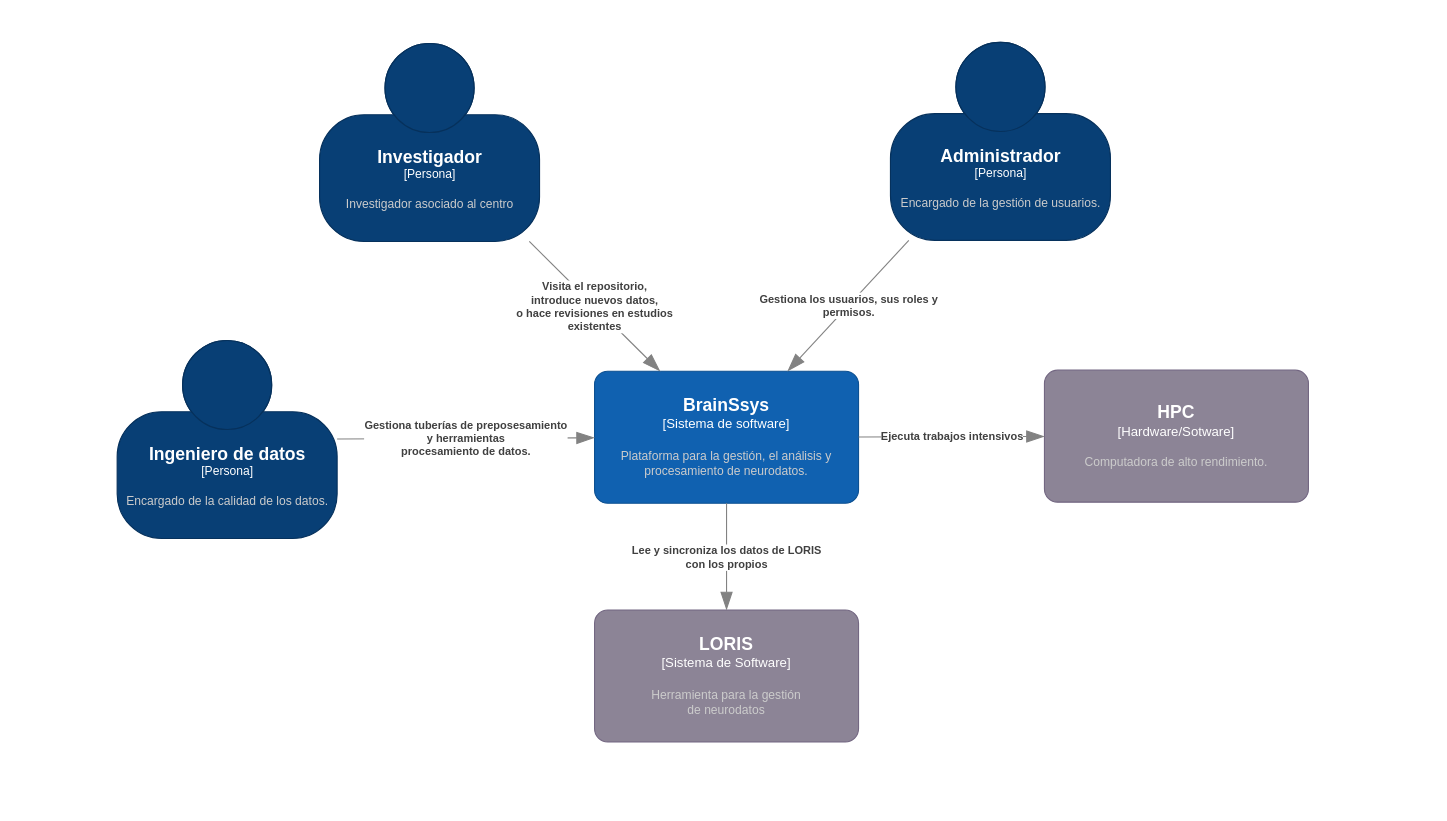
Above: page "Diagrama de contexto del sistema" (7 of 11) of C4 model.drawio in gaspect/brainsys (draw.io), before the change. Source tidied: cells renumbered, new cells numbered last; positions are measured from the earlier drawing's top-left corner, leaving out a move shared by most shapes. Both pictures are drawn from the tidied source at 110%, with x=0, y=0 at pixel (117, 42).
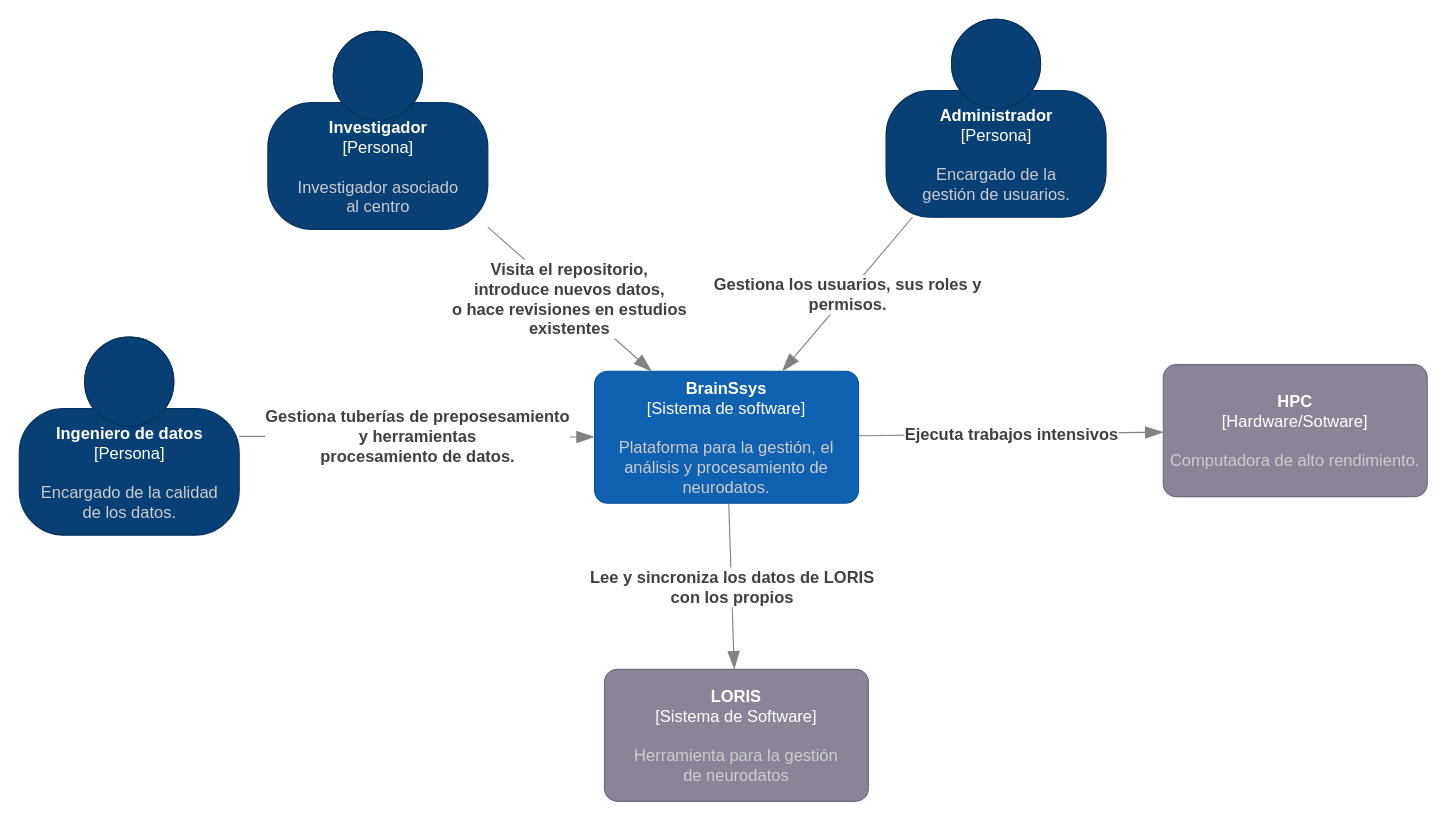
Above is the later version.

Diff of the diagram source:
```diff
@@
-    <object id="2" label="&lt;font style=&quot;font-size: 16px&quot;&gt;&lt;b&gt;%c4Name%&lt;/b&gt;&lt;/font&gt;&lt;div&gt;[%c4Type%]&lt;/div&gt;&lt;br&gt;&lt;div&gt;&lt;font style=&quot;font-size: 11px&quot;&gt;&lt;font color=&quot;#cccccc&quot;&gt;%c4Description%&lt;/font&gt;&lt;/div&gt;" c4Description="Plataforma para la gestión, el análisis y procesamiento de neurodatos." c4Name="BrainSsys" c4Type="Sistema de software" placeholders="1">
-      <mxCell style="rounded=1;whiteSpace=wrap;html=1;labelBackgroundColor=none;fillColor=#1061B0;fontColor=#ffffff;align=center;arcSize=10;strokeColor=#0D5091;points=[[0.25,0,0],[0.5,0,0],[0.75,0,0],[1,0.25,0],[1,0.5,0],[1,0.75,0],[0.75,1,0],[0.5,1,0],[0.25,1,0],[0,0.75,0],[0,0.5,0],[0,0.25,0]];" parent="1" vertex="1">
+    <object id="2" label="&lt;font style=&quot;font-size: 15px;&quot;&gt;&lt;b style=&quot;font-size: 15px;&quot;&gt;%c4Name%&lt;/b&gt;&lt;/font&gt;&lt;div style=&quot;font-size: 15px;&quot;&gt;[%c4Type%]&lt;/div&gt;&lt;br style=&quot;font-size: 15px;&quot;&gt;&lt;div style=&quot;font-size: 15px;&quot;&gt;&lt;font style=&quot;font-size: 15px;&quot;&gt;&lt;font color=&quot;#cccccc&quot; style=&quot;font-size: 15px;&quot;&gt;%c4Description%&lt;/font&gt;&lt;/font&gt;&lt;/div&gt;" c4Description="Plataforma para la gestión, el análisis y procesamiento de neurodatos." c4Name="BrainSsys" c4Type="Sistema de software" placeholders="1">
+      <mxCell style="rounded=1;whiteSpace=wrap;html=1;labelBackgroundColor=none;fillColor=#1061B0;fontColor=#ffffff;align=center;arcSize=10;strokeColor=#0D5091;points=[[0.25,0,0],[0.5,0,0],[0.75,0,0],[1,0.25,0],[1,0.5,0],[1,0.75,0],[0.75,1,0],[0.5,1,0],[0.25,1,0],[0,0.75,0],[0,0.5,0],[0,0.25,0]];fontSize=15;" parent="1" vertex="1">
         <mxGeometry x="434" y="299" width="240" height="120" as="geometry" />
       </mxCell>
     </object>
-    <object id="3" label="&lt;font style=&quot;font-size: 16px&quot;&gt;&lt;b&gt;%c4Name%&lt;/b&gt;&lt;/font&gt;&lt;div&gt;[%c4Type%]&lt;/div&gt;&lt;br&gt;&lt;div&gt;&lt;font style=&quot;font-size: 11px&quot;&gt;&lt;font color=&quot;#cccccc&quot;&gt;%c4Description%&lt;/font&gt;&lt;/div&gt;" c4Description="Encargado de la calidad de los datos." c4Name="Ingeniero de datos" c4Type="Persona" placeholders="1">
-      <mxCell style="html=1;fontSize=11;dashed=0;whitespace=wrap;fillColor=#083F75;strokeColor=#06315C;fontColor=#ffffff;shape=mxgraph.c4.person2;align=center;points=[[0.5,0,0],[1,0.5,0],[1,0.75,0],[0.75,1,0],[0.5,1,0],[0.25,1,0],[0,0.75,0],[0,0.5,0]];" parent="1" vertex="1">
-        <mxGeometry y="271" width="200" height="180" as="geometry" />
+    <object id="3" label="&lt;font style=&quot;font-size: 15px;&quot;&gt;&lt;b style=&quot;font-size: 15px;&quot;&gt;%c4Name%&lt;/b&gt;&lt;/font&gt;&lt;div style=&quot;font-size: 15px;&quot;&gt;[%c4Type%]&lt;/div&gt;&lt;br style=&quot;font-size: 15px;&quot;&gt;&lt;div style=&quot;font-size: 15px;&quot;&gt;&lt;font style=&quot;font-size: 15px;&quot;&gt;&lt;font color=&quot;#cccccc&quot; style=&quot;font-size: 15px;&quot;&gt;%c4Description%&lt;/font&gt;&lt;/font&gt;&lt;/div&gt;" c4Description="Encargado de la calidad &#10;de los datos." c4Name="Ingeniero de datos" c4Type="Persona" placeholders="1">
+      <mxCell style="html=1;fontSize=15;dashed=0;whitespace=wrap;fillColor=#083F75;strokeColor=#06315C;fontColor=#ffffff;shape=mxgraph.c4.person2;align=center;points=[[0.5,0,0],[1,0.5,0],[1,0.75,0],[0.75,1,0],[0.5,1,0],[0.25,1,0],[0,0.75,0],[0,0.5,0]];" parent="1" vertex="1">
+        <mxGeometry x="-89" y="268" width="200" height="180" as="geometry" />
       </mxCell>
     </object>
-    <object id="4" label="&lt;font style=&quot;font-size: 16px&quot;&gt;&lt;b&gt;%c4Name%&lt;/b&gt;&lt;/font&gt;&lt;div&gt;[%c4Type%]&lt;/div&gt;&lt;br&gt;&lt;div&gt;&lt;font style=&quot;font-size: 11px&quot;&gt;&lt;font color=&quot;#cccccc&quot;&gt;%c4Description%&lt;/font&gt;&lt;/div&gt;" c4Description="Investigador asociado al centro" c4Name="Investigador" c4Type="Persona" placeholders="1">
-      <mxCell style="html=1;fontSize=11;dashed=0;whitespace=wrap;fillColor=#083F75;strokeColor=#06315C;fontColor=#ffffff;shape=mxgraph.c4.person2;align=center;points=[[0.5,0,0],[1,0.5,0],[1,0.75,0],[0.75,1,0],[0.5,1,0],[0.25,1,0],[0,0.75,0],[0,0.5,0]];" parent="1" vertex="1">
-        <mxGeometry x="184" y="1" width="200" height="180" as="geometry" />
+    <object id="4" label="&lt;font style=&quot;font-size: 15px;&quot;&gt;&lt;b style=&quot;font-size: 15px;&quot;&gt;%c4Name%&lt;/b&gt;&lt;/font&gt;&lt;div style=&quot;font-size: 15px;&quot;&gt;[%c4Type%]&lt;/div&gt;&lt;br style=&quot;font-size: 15px;&quot;&gt;&lt;div style=&quot;font-size: 15px;&quot;&gt;&lt;font style=&quot;font-size: 15px;&quot;&gt;&lt;font color=&quot;#cccccc&quot; style=&quot;font-size: 15px;&quot;&gt;%c4Description%&lt;/font&gt;&lt;/font&gt;&lt;/div&gt;" c4Description="Investigador asociado &#10;al centro" c4Name="Investigador" c4Type="Persona" placeholders="1">
+      <mxCell style="html=1;fontSize=15;dashed=0;whitespace=wrap;fillColor=#083F75;strokeColor=#06315C;fontColor=#ffffff;shape=mxgraph.c4.person2;align=center;points=[[0.5,0,0],[1,0.5,0],[1,0.75,0],[0.75,1,0],[0.5,1,0],[0.25,1,0],[0,0.75,0],[0,0.5,0]];" parent="1" vertex="1">
+        <mxGeometry x="137" y="-10" width="200" height="180" as="geometry" />
       </mxCell>
     </object>
-    <object id="5" label="&lt;font style=&quot;font-size: 16px&quot;&gt;&lt;b&gt;%c4Name%&lt;/b&gt;&lt;/font&gt;&lt;div&gt;[%c4Type%]&lt;/div&gt;&lt;br&gt;&lt;div&gt;&lt;font style=&quot;font-size: 11px&quot;&gt;&lt;font color=&quot;#cccccc&quot;&gt;%c4Description%&lt;/font&gt;&lt;/div&gt;" c4Description="Herramienta para la gestión &#10;de neurodatos" c4Name="LORIS" c4Type="Sistema de Software" placeholders="1">
-      <mxCell style="rounded=1;whiteSpace=wrap;html=1;labelBackgroundColor=none;fillColor=#8C8496;fontColor=#ffffff;align=center;arcSize=10;strokeColor=#736782;points=[[0.25,0,0],[0.5,0,0],[0.75,0,0],[1,0.25,0],[1,0.5,0],[1,0.75,0],[0.75,1,0],[0.5,1,0],[0.25,1,0],[0,0.75,0],[0,0.5,0],[0,0.25,0]];" parent="1" vertex="1">
-        <mxGeometry x="434" y="516" width="240" height="120" as="geometry" />
+    <object id="5" label="&lt;font style=&quot;font-size: 15px;&quot;&gt;&lt;b style=&quot;font-size: 15px;&quot;&gt;%c4Name%&lt;/b&gt;&lt;/font&gt;&lt;div style=&quot;font-size: 15px;&quot;&gt;[%c4Type%]&lt;/div&gt;&lt;br style=&quot;font-size: 15px;&quot;&gt;&lt;div style=&quot;font-size: 15px;&quot;&gt;&lt;font style=&quot;font-size: 15px;&quot;&gt;&lt;font color=&quot;#cccccc&quot; style=&quot;font-size: 15px;&quot;&gt;%c4Description%&lt;/font&gt;&lt;/font&gt;&lt;/div&gt;" c4Description="Herramienta para la gestión &#10;de neurodatos" c4Name="LORIS" c4Type="Sistema de Software" placeholders="1">
+      <mxCell style="rounded=1;whiteSpace=wrap;html=1;labelBackgroundColor=none;fillColor=#8C8496;fontColor=#ffffff;align=center;arcSize=10;strokeColor=#736782;points=[[0.25,0,0],[0.5,0,0],[0.75,0,0],[1,0.25,0],[1,0.5,0],[1,0.75,0],[0.75,1,0],[0.5,1,0],[0.25,1,0],[0,0.75,0],[0,0.5,0],[0,0.25,0]];fontSize=15;" parent="1" vertex="1">
+        <mxGeometry x="443" y="570" width="240" height="120" as="geometry" />
       </mxCell>
     </object>
-    <object id="6" label="&lt;div style=&quot;text-align: left&quot;&gt;&lt;div style=&quot;text-align: center&quot;&gt;&lt;b&gt;%c4Description%&lt;/b&gt;&lt;/div&gt;" c4Description="Visita el repositorio,&#10;introduce nuevos datos,&#10;o hace revisiones en estudios&#10;existentes" placeholders="1">
-      <mxCell style="endArrow=blockThin;html=1;fontSize=10;fontColor=#404040;strokeWidth=1;endFill=1;strokeColor=#828282;elbow=vertical;endSize=14;startSize=14;jumpStyle=arc;jumpSize=16;rounded=0;" parent="1" edge="1" source="4" target="2">
+    <object id="6" label="&lt;div style=&quot;text-align: left; font-size: 15px;&quot;&gt;&lt;div style=&quot;text-align: center; font-size: 15px;&quot;&gt;&lt;b style=&quot;font-size: 15px;&quot;&gt;%c4Description%&lt;/b&gt;&lt;/div&gt;&lt;/div&gt;" c4Description="Visita el repositorio,&#10;introduce nuevos datos,&#10;o hace revisiones en estudios&#10;existentes" placeholders="1">
+      <mxCell style="endArrow=blockThin;html=1;fontSize=15;fontColor=#404040;strokeWidth=1;endFill=1;strokeColor=#828282;elbow=vertical;endSize=14;startSize=14;jumpStyle=arc;jumpSize=16;rounded=0;" parent="1" edge="1" source="4" target="2">
         <mxGeometry relative="1" as="geometry" />
       </mxCell>
     </object>
-    <object id="7" label="&lt;div style=&quot;text-align: left&quot;&gt;&lt;div style=&quot;text-align: center&quot;&gt;&lt;b&gt;%c4Description%&lt;/b&gt;&lt;/div&gt;" c4Description="Gestiona tuberías de preposesamiento&#10; y herramientas &#10;procesamiento de datos." placeholders="1">
-      <mxCell style="endArrow=blockThin;html=1;fontSize=10;fontColor=#404040;strokeWidth=1;endFill=1;strokeColor=#828282;elbow=vertical;endSize=14;startSize=14;jumpStyle=arc;jumpSize=16;rounded=0;" parent="1" edge="1" source="3" target="2">
+    <object id="7" label="&lt;div style=&quot;text-align: left; font-size: 15px;&quot;&gt;&lt;div style=&quot;text-align: center; font-size: 15px;&quot;&gt;&lt;b style=&quot;font-size: 15px;&quot;&gt;%c4Description%&lt;/b&gt;&lt;/div&gt;&lt;/div&gt;" c4Description="Gestiona tuberías de preposesamiento&#10; y herramientas &#10;procesamiento de datos." placeholders="1">
+      <mxCell style="endArrow=blockThin;html=1;fontSize=15;fontColor=#404040;strokeWidth=1;endFill=1;strokeColor=#828282;elbow=vertical;endSize=14;startSize=14;jumpStyle=arc;jumpSize=16;rounded=0;" parent="1" edge="1" source="3" target="2">
         <mxGeometry relative="1" as="geometry" />
       </mxCell>
     </object>
-    <object id="8" label="&lt;div style=&quot;text-align: left&quot;&gt;&lt;div style=&quot;text-align: center&quot;&gt;&lt;b&gt;%c4Description%&lt;/b&gt;&lt;/div&gt;" c4Description="Lee y sincroniza los datos de LORIS&#10;con los propios" placeholders="1">
-      <mxCell style="endArrow=blockThin;html=1;fontSize=10;fontColor=#404040;strokeWidth=1;endFill=1;strokeColor=#828282;elbow=vertical;endSize=14;startSize=14;jumpStyle=arc;jumpSize=16;rounded=0;" parent="1" edge="1" source="2" target="5">
+    <object id="8" label="&lt;div style=&quot;text-align: left; font-size: 15px;&quot;&gt;&lt;div style=&quot;text-align: center; font-size: 15px;&quot;&gt;&lt;b style=&quot;font-size: 15px;&quot;&gt;%c4Description%&lt;/b&gt;&lt;/div&gt;&lt;/div&gt;" c4Description="Lee y sincroniza los datos de LORIS&#10;con los propios" placeholders="1">
+      <mxCell style="endArrow=blockThin;html=1;fontSize=15;fontColor=#404040;strokeWidth=1;endFill=1;strokeColor=#828282;elbow=vertical;endSize=14;startSize=14;jumpStyle=arc;jumpSize=16;rounded=0;" parent="1" edge="1" source="2" target="5">
         <mxGeometry relative="1" as="geometry" />
       </mxCell>
     </object>
-    <object id="9" label="&lt;font style=&quot;font-size: 16px&quot;&gt;&lt;b&gt;%c4Name%&lt;/b&gt;&lt;/font&gt;&lt;div&gt;[%c4Type%]&lt;/div&gt;&lt;br&gt;&lt;div&gt;&lt;font style=&quot;font-size: 11px&quot;&gt;&lt;font color=&quot;#cccccc&quot;&gt;%c4Description%&lt;/font&gt;&lt;/div&gt;" c4Description="Computadora de alto rendimiento." c4Name="HPC" c4Type="Hardware/Sotware" placeholders="1">
-      <mxCell style="rounded=1;whiteSpace=wrap;html=1;labelBackgroundColor=none;fillColor=#8C8496;fontColor=#ffffff;align=center;arcSize=10;strokeColor=#736782;points=[[0.25,0,0],[0.5,0,0],[0.75,0,0],[1,0.25,0],[1,0.5,0],[1,0.75,0],[0.75,1,0],[0.5,1,0],[0.25,1,0],[0,0.75,0],[0,0.5,0],[0,0.25,0]];" parent="1" vertex="1">
-        <mxGeometry x="843" y="298" width="240" height="120" as="geometry" />
+    <object id="9" label="&lt;font style=&quot;font-size: 15px;&quot;&gt;&lt;b style=&quot;font-size: 15px;&quot;&gt;%c4Name%&lt;/b&gt;&lt;/font&gt;&lt;div style=&quot;font-size: 15px;&quot;&gt;[%c4Type%]&lt;/div&gt;&lt;br style=&quot;font-size: 15px;&quot;&gt;&lt;div style=&quot;font-size: 15px;&quot;&gt;&lt;font style=&quot;font-size: 15px;&quot;&gt;&lt;font color=&quot;#cccccc&quot; style=&quot;font-size: 15px;&quot;&gt;%c4Description%&lt;/font&gt;&lt;/font&gt;&lt;/div&gt;" c4Description="Computadora de alto rendimiento." c4Name="HPC" c4Type="Hardware/Sotware" placeholders="1">
+      <mxCell style="rounded=1;whiteSpace=wrap;html=1;labelBackgroundColor=none;fillColor=#8C8496;fontColor=#ffffff;align=center;arcSize=10;strokeColor=#736782;points=[[0.25,0,0],[0.5,0,0],[0.75,0,0],[1,0.25,0],[1,0.5,0],[1,0.75,0],[0.75,1,0],[0.5,1,0],[0.25,1,0],[0,0.75,0],[0,0.5,0],[0,0.25,0]];fontSize=15;" parent="1" vertex="1">
+        <mxGeometry x="951" y="293" width="240" height="120" as="geometry" />
       </mxCell>
     </object>
-    <object id="10" label="&lt;div style=&quot;text-align: left&quot;&gt;&lt;div style=&quot;text-align: center&quot;&gt;&lt;b&gt;%c4Description%&lt;/b&gt;&lt;/div&gt;" c4Description="Ejecuta trabajos intensivos" placeholders="1">
-      <mxCell style="endArrow=blockThin;html=1;fontSize=10;fontColor=#404040;strokeWidth=1;endFill=1;strokeColor=#828282;elbow=vertical;endSize=14;startSize=14;jumpStyle=arc;jumpSize=16;rounded=0;" parent="1" edge="1" source="2" target="9">
+    <object id="10" label="&lt;div style=&quot;text-align: left; font-size: 15px;&quot;&gt;&lt;div style=&quot;text-align: center; font-size: 15px;&quot;&gt;&lt;b style=&quot;font-size: 15px;&quot;&gt;%c4Description%&lt;/b&gt;&lt;/div&gt;&lt;/div&gt;" c4Description="Ejecuta trabajos intensivos" placeholders="1">
+      <mxCell style="endArrow=blockThin;html=1;fontSize=15;fontColor=#404040;strokeWidth=1;endFill=1;strokeColor=#828282;elbow=vertical;endSize=14;startSize=14;jumpStyle=arc;jumpSize=16;rounded=0;" parent="1" edge="1" source="2" target="9">
         <mxGeometry relative="1" as="geometry" />
       </mxCell>
     </object>
-    <object id="11" label="&lt;font style=&quot;font-size: 16px&quot;&gt;&lt;b&gt;%c4Name%&lt;/b&gt;&lt;/font&gt;&lt;div&gt;[%c4Type%]&lt;/div&gt;&lt;br&gt;&lt;div&gt;&lt;font style=&quot;font-size: 11px&quot;&gt;&lt;font color=&quot;#cccccc&quot;&gt;%c4Description%&lt;/font&gt;&lt;/div&gt;" c4Description="Encargado de la gestión de usuarios." c4Name="Administrador" c4Type="Persona" placeholders="1">
-      <mxCell style="html=1;fontSize=11;dashed=0;whitespace=wrap;fillColor=#083F75;strokeColor=#06315C;fontColor=#ffffff;shape=mxgraph.c4.person2;align=center;points=[[0.5,0,0],[1,0.5,0],[1,0.75,0],[0.75,1,0],[0.5,1,0],[0.25,1,0],[0,0.75,0],[0,0.5,0]];" parent="1" vertex="1">
-        <mxGeometry x="703" width="200" height="180" as="geometry" />
+    <object id="11" label="&lt;font style=&quot;font-size: 15px;&quot;&gt;&lt;b style=&quot;font-size: 15px;&quot;&gt;%c4Name%&lt;/b&gt;&lt;/font&gt;&lt;div style=&quot;font-size: 15px;&quot;&gt;[%c4Type%]&lt;/div&gt;&lt;br style=&quot;font-size: 15px;&quot;&gt;&lt;div style=&quot;font-size: 15px;&quot;&gt;&lt;font style=&quot;font-size: 15px;&quot;&gt;&lt;font color=&quot;#cccccc&quot; style=&quot;font-size: 15px;&quot;&gt;%c4Description%&lt;/font&gt;&lt;/font&gt;&lt;/div&gt;" c4Description="Encargado de la &#10;gestión de usuarios." c4Name="Administrador" c4Type="Persona" placeholders="1">
+      <mxCell style="html=1;fontSize=15;dashed=0;whitespace=wrap;fillColor=#083F75;strokeColor=#06315C;fontColor=#ffffff;shape=mxgraph.c4.person2;align=center;points=[[0.5,0,0],[1,0.5,0],[1,0.75,0],[0.75,1,0],[0.5,1,0],[0.25,1,0],[0,0.75,0],[0,0.5,0]];" parent="1" vertex="1">
+        <mxGeometry x="699" y="-21" width="200" height="180" as="geometry" />
       </mxCell>
     </object>
-    <object id="12" label="&lt;div style=&quot;text-align: left&quot;&gt;&lt;div style=&quot;text-align: center&quot;&gt;&lt;b&gt;%c4Description%&lt;/b&gt;&lt;/div&gt;" c4Description="Gestiona los usuarios, sus roles y&#10;permisos." placeholders="1">
-      <mxCell style="endArrow=blockThin;html=1;fontSize=10;fontColor=#404040;strokeWidth=1;endFill=1;strokeColor=#828282;elbow=vertical;endSize=14;startSize=14;jumpStyle=arc;jumpSize=16;rounded=0;" parent="1" edge="1" source="11" target="2">
+    <object id="12" label="&lt;div style=&quot;text-align: left; font-size: 15px;&quot;&gt;&lt;div style=&quot;text-align: center; font-size: 15px;&quot;&gt;&lt;b style=&quot;font-size: 15px;&quot;&gt;%c4Description%&lt;/b&gt;&lt;/div&gt;&lt;/div&gt;" c4Description="Gestiona los usuarios, sus roles y&#10;permisos." placeholders="1">
+      <mxCell style="endArrow=blockThin;html=1;fontSize=15;fontColor=#404040;strokeWidth=1;endFill=1;strokeColor=#828282;elbow=vertical;endSize=14;startSize=14;jumpStyle=arc;jumpSize=16;rounded=0;" parent="1" edge="1" source="11" target="2">
         <mxGeometry relative="1" as="geometry" />
       </mxCell>
     </object>
```
